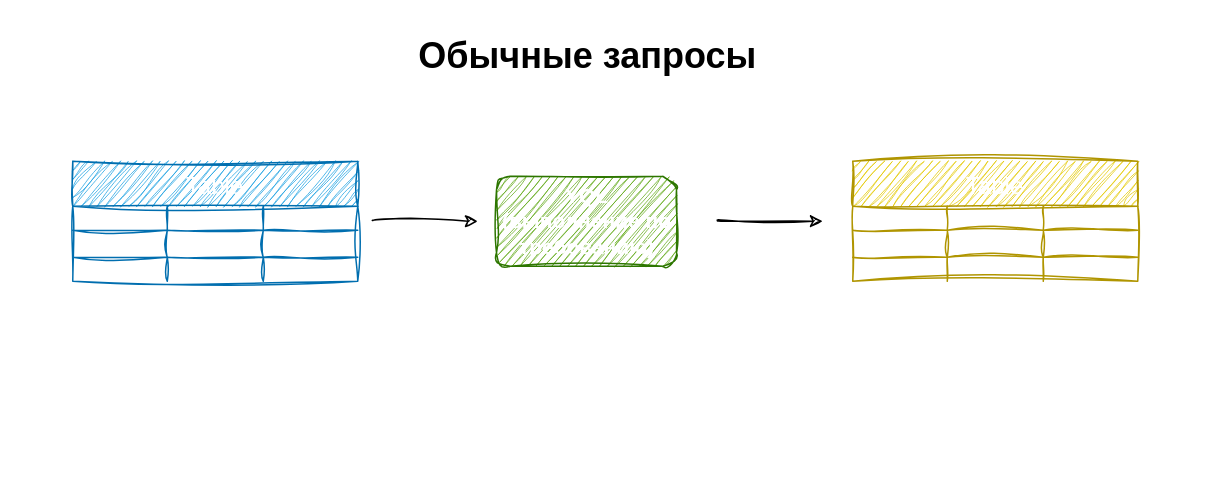
The draw.io diagram ydb/docs/ru/core/concepts/_assets/streaming_queries_1.drawio in ydb-platform/ydb, before the edit. Source tidied: cells renumbered, new cells numbered last; positions are measured from the earlier drawing's top-left corner, leaving out a move shared by most shapes. Both pictures are drawn from the tidied source at 150%, with x=0, y=0 at pixel (72, 26).
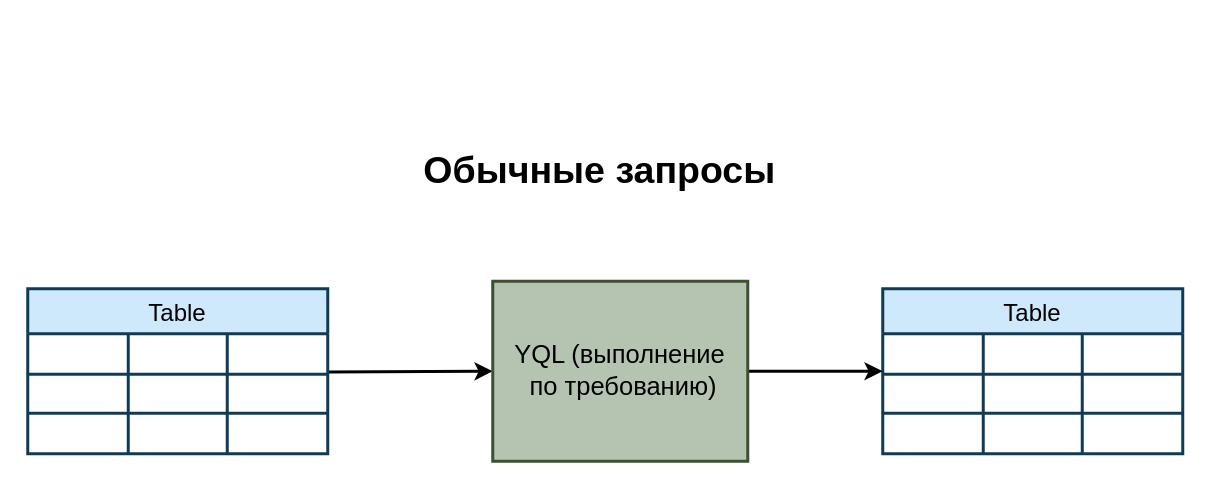
After the change.

Commit message (it also covers changes not shown here):
add link and change diagrams

The edit, as a diff of the source:
```diff
@@
+    <mxCell id="32" value="Table" style="shape=table;startSize=30;childLayout=tableLayout;strokeColor=#0F3B57;fontSize=16;fillColor=#9FD3F980;fontColor=#000000;strokeWidth=2;" parent="1" vertex="1">
+      <mxGeometry x="540" y="175" width="200" height="110" as="geometry" />
+    </mxCell>
+    <mxCell id="33" style="shape=tableRow;horizontal=0;startSize=0;swimlaneHead=0;swimlaneBody=0;strokeColor=inherit;top=0;left=0;bottom=0;right=0;fillColor=none;fontSize=16;" parent="32" vertex="1">
+      <mxGeometry y="30" width="200" height="27" as="geometry" />
+    </mxCell>
+    <mxCell id="34" style="shape=partialRectangle;html=1;whiteSpace=wrap;strokeColor=inherit;overflow=hidden;fillColor=none;top=0;left=0;bottom=0;right=0;fontSize=16;" parent="33" vertex="1">
+      <mxGeometry width="67" height="27" as="geometry" />
+    </mxCell>
+    <mxCell id="35" style="shape=partialRectangle;html=1;whiteSpace=wrap;strokeColor=inherit;overflow=hidden;fillColor=none;top=0;left=0;bottom=0;right=0;fontSize=16;" parent="33" vertex="1">
+      <mxGeometry x="67" width="66" height="27" as="geometry" />
+    </mxCell>
+    <mxCell id="36" style="shape=partialRectangle;html=1;whiteSpace=wrap;strokeColor=inherit;overflow=hidden;fillColor=none;top=0;left=0;bottom=0;right=0;fontSize=16;" parent="33" vertex="1">
+      <mxGeometry x="133" width="67" height="27" as="geometry" />
+    </mxCell>
+    <mxCell id="37" style="shape=tableRow;horizontal=0;startSize=0;swimlaneHead=0;swimlaneBody=0;strokeColor=inherit;top=0;left=0;bottom=0;right=0;fillColor=none;fontSize=16;" parent="32" vertex="1">
+      <mxGeometry y="57" width="200" height="26" as="geometry" />
+    </mxCell>
+    <mxCell id="38" style="shape=partialRectangle;html=1;whiteSpace=wrap;strokeColor=inherit;overflow=hidden;fillColor=none;top=0;left=0;bottom=0;right=0;fontSize=16;" parent="37" vertex="1">
+      <mxGeometry width="67" height="26" as="geometry" />
+    </mxCell>
+    <mxCell id="39" style="shape=partialRectangle;html=1;whiteSpace=wrap;strokeColor=inherit;overflow=hidden;fillColor=none;top=0;left=0;bottom=0;right=0;fontSize=16;" parent="37" vertex="1">
+      <mxGeometry x="67" width="66" height="26" as="geometry" />
+    </mxCell>
+    <mxCell id="40" style="shape=partialRectangle;html=1;whiteSpace=wrap;strokeColor=inherit;overflow=hidden;fillColor=none;top=0;left=0;bottom=0;right=0;fontSize=16;" parent="37" vertex="1">
+      <mxGeometry x="133" width="67" height="26" as="geometry" />
+    </mxCell>
+    <mxCell id="41" style="shape=tableRow;horizontal=0;startSize=0;swimlaneHead=0;swimlaneBody=0;strokeColor=inherit;top=0;left=0;bottom=0;right=0;fillColor=none;fontSize=16;" parent="32" vertex="1">
+      <mxGeometry y="83" width="200" height="27" as="geometry" />
+    </mxCell>
+    <mxCell id="42" style="shape=partialRectangle;html=1;whiteSpace=wrap;strokeColor=inherit;overflow=hidden;fillColor=none;top=0;left=0;bottom=0;right=0;fontSize=16;" parent="41" vertex="1">
+      <mxGeometry width="67" height="27" as="geometry" />
+    </mxCell>
+    <mxCell id="43" style="shape=partialRectangle;html=1;whiteSpace=wrap;strokeColor=inherit;overflow=hidden;fillColor=none;top=0;left=0;bottom=0;right=0;fontSize=16;" parent="41" vertex="1">
+      <mxGeometry x="67" width="66" height="27" as="geometry" />
+    </mxCell>
+    <mxCell id="44" style="shape=partialRectangle;html=1;whiteSpace=wrap;strokeColor=inherit;overflow=hidden;fillColor=none;top=0;left=0;bottom=0;right=0;fontSize=16;" parent="41" vertex="1">
+      <mxGeometry x="133" width="67" height="27" as="geometry" />
+    </mxCell>
+    <mxCell id="45" style="endArrow=classic;html=1;rounded=0;strokeWidth=2;strokeColor=#000000;exitX=1;exitY=-0.06;exitDx=0;exitDy=0;exitPerimeter=0;entryX=0;entryY=0.5;entryDx=0;entryDy=0;" parent="1" edge="1" source="52" target="17">
+      <mxGeometry relative="1" as="geometry" />
+    </mxCell>
+    <mxCell id="46" style="endArrow=classic;html=1;rounded=0;strokeWidth=2;strokeColor=#000000;exitX=1;exitY=0.5;exitDx=0;exitDy=0;" parent="1" edge="1" source="17">
+      <mxGeometry relative="1" as="geometry">
+        <mxPoint x="540" y="230" as="targetPoint" />
+      </mxGeometry>
+    </mxCell>
+    <mxCell id="17" value="&lt;font style=&quot;font-size: 17px; color: rgb(0, 0, 0);&quot;&gt;YQL (выполнение&lt;/font&gt;&lt;div&gt;&lt;font style=&quot;font-size: 17px; color: rgb(0, 0, 0);&quot;&gt;&amp;nbsp;по требованию)&lt;/font&gt;&lt;/div&gt;" style="rounded=0;whiteSpace=wrap;html=1;fillColor=#6D876480;strokeWidth=2;strokeColor=#3B5230;" parent="1" vertex="1">
+      <mxGeometry x="280" y="170" width="170" height="120" as="geometry" />
+    </mxCell>
-    <mxCell id="2" value="Обычные запросы" style="text;strokeColor=none;fillColor=none;html=1;fontSize=24;fontStyle=1;verticalAlign=middle;align=center;" parent="1" vertex="1">
-      <mxGeometry x="230" width="225" height="40" as="geometry" />
+    <mxCell id="2" value="&lt;font style=&quot;font-size: 25px; color: rgb(0, 0, 0);&quot;&gt;&lt;b&gt;Обычные запросы&amp;nbsp;&lt;/b&gt;&lt;/font&gt;" style="text;html=1;whiteSpace=wrap;strokeColor=none;fillColor=none;align=center;verticalAlign=middle;rounded=0;" parent="1" vertex="1">
+      <mxGeometry x="220" y="75" width="270" height="40" as="geometry" />
     </mxCell>
-    <mxCell id="3" value="Table" style="shape=table;startSize=30;childLayout=tableLayout;strokeColor=#006EAF;fontSize=16;fillColor=#1ba1e2;fontColor=#ffffff;swimlaneFillColor=none;sketch=1;curveFitting=1;jiggle=2;" parent="1" vertex="1">
-      <mxGeometry y="90" width="190" height="80" as="geometry" />
-    </mxCell>
-    <mxCell id="4" style="shape=tableRow;horizontal=0;startSize=0;swimlaneHead=0;swimlaneBody=0;strokeColor=inherit;top=0;left=0;bottom=0;right=0;fillColor=none;fontSize=16;" parent="3" vertex="1">
-      <mxGeometry y="30" width="190" height="16" as="geometry" />
-    </mxCell>
-    <mxCell id="5" style="shape=partialRectangle;html=1;whiteSpace=wrap;strokeColor=inherit;overflow=hidden;fillColor=none;top=0;left=0;bottom=0;right=0;fontSize=16;" parent="4" vertex="1">
-      <mxGeometry width="63" height="16" as="geometry" />
-    </mxCell>
-    <mxCell id="6" style="shape=partialRectangle;html=1;whiteSpace=wrap;strokeColor=inherit;overflow=hidden;fillColor=none;top=0;left=0;bottom=0;right=0;fontSize=16;" parent="4" vertex="1">
-      <mxGeometry x="63" width="64" height="16" as="geometry" />
-    </mxCell>
-    <mxCell id="7" style="shape=partialRectangle;html=1;whiteSpace=wrap;strokeColor=inherit;overflow=hidden;fillColor=none;top=0;left=0;bottom=0;right=0;fontSize=16;" parent="4" vertex="1">
-      <mxGeometry x="127" width="63" height="16" as="geometry" />
-    </mxCell>
-    <mxCell id="8" style="shape=tableRow;horizontal=0;startSize=0;swimlaneHead=0;swimlaneBody=0;strokeColor=inherit;top=0;left=0;bottom=0;right=0;fillColor=none;fontSize=16;" parent="3" vertex="1">
-      <mxGeometry y="46" width="190" height="18" as="geometry" />
-    </mxCell>
-    <mxCell id="9" style="shape=partialRectangle;html=1;whiteSpace=wrap;strokeColor=inherit;overflow=hidden;fillColor=none;top=0;left=0;bottom=0;right=0;fontSize=16;" parent="8" vertex="1">
-      <mxGeometry width="63" height="18" as="geometry" />
-    </mxCell>
-    <mxCell id="10" style="shape=partialRectangle;html=1;whiteSpace=wrap;strokeColor=inherit;overflow=hidden;fillColor=none;top=0;left=0;bottom=0;right=0;fontSize=16;" parent="8" vertex="1">
-      <mxGeometry x="63" width="64" height="18" as="geometry" />
-    </mxCell>
-    <mxCell id="11" style="shape=partialRectangle;html=1;whiteSpace=wrap;strokeColor=inherit;overflow=hidden;fillColor=none;top=0;left=0;bottom=0;right=0;fontSize=16;" parent="8" vertex="1">
-      <mxGeometry x="127" width="63" height="18" as="geometry" />
-    </mxCell>
-    <mxCell id="12" style="shape=tableRow;horizontal=0;startSize=0;swimlaneHead=0;swimlaneBody=0;strokeColor=inherit;top=0;left=0;bottom=0;right=0;fillColor=none;fontSize=16;" parent="3" vertex="1">
-      <mxGeometry y="64" width="190" height="16" as="geometry" />
-    </mxCell>
-    <mxCell id="13" style="shape=partialRectangle;html=1;whiteSpace=wrap;strokeColor=inherit;overflow=hidden;fillColor=none;top=0;left=0;bottom=0;right=0;fontSize=16;" parent="12" vertex="1">
-      <mxGeometry width="63" height="16" as="geometry" />
-    </mxCell>
-    <mxCell id="14" style="shape=partialRectangle;html=1;whiteSpace=wrap;strokeColor=inherit;overflow=hidden;fillColor=none;top=0;left=0;bottom=0;right=0;fontSize=16;" parent="12" vertex="1">
-      <mxGeometry x="63" width="64" height="16" as="geometry" />
-    </mxCell>
-    <mxCell id="15" style="shape=partialRectangle;html=1;whiteSpace=wrap;strokeColor=inherit;overflow=hidden;fillColor=none;top=0;left=0;bottom=0;right=0;fontSize=16;" parent="12" vertex="1">
-      <mxGeometry x="127" width="63" height="16" as="geometry" />
-    </mxCell>
-    <mxCell id="16" style="endArrow=classic;html=1;rounded=0;curved=1;sketch=1;curveFitting=1;jiggle=2;" parent="1" edge="1">
-      <mxGeometry relative="1" as="geometry">
-        <mxPoint x="200" y="129.5" as="sourcePoint" />
-        <mxPoint x="270" y="130" as="targetPoint" />
-      </mxGeometry>
-    </mxCell>
-    <mxCell id="17" value="&lt;font style=&quot;font-size: 14px;&quot;&gt;&lt;b style=&quot;&quot;&gt;YQL&lt;/b&gt;&lt;/font&gt;&lt;div&gt;&lt;font style=&quot;font-size: 14px;&quot;&gt;&lt;b style=&quot;&quot;&gt;(выполнение по требованию)&lt;/b&gt;&lt;/font&gt;&lt;/div&gt;" style="rounded=1;whiteSpace=wrap;html=1;fillColor=#60a917;sketch=1;curveFitting=1;jiggle=2;fontColor=#ffffff;strokeColor=#2D7600;" parent="1" vertex="1">
-      <mxGeometry x="282.5" y="100" width="120" height="60" as="geometry" />
-    </mxCell>
-    <mxCell id="18" style="endArrow=classic;html=1;rounded=0;curved=1;sketch=1;curveFitting=1;jiggle=2;" parent="1" edge="1">
-      <mxGeometry relative="1" as="geometry">
-        <mxPoint x="430" y="129.5" as="sourcePoint" />
-        <mxPoint x="500" y="130" as="targetPoint" />
-      </mxGeometry>
-    </mxCell>
-    <mxCell id="19" value="Table" style="shape=table;startSize=30;childLayout=tableLayout;strokeColor=#B09500;fontSize=16;fillColor=#e3c800;swimlaneFillColor=none;sketch=1;curveFitting=1;jiggle=2;fontColor=#FFFFFF;" parent="1" vertex="1">
-      <mxGeometry x="520" y="90" width="190" height="80" as="geometry" />
-    </mxCell>
-    <mxCell id="20" style="shape=tableRow;horizontal=0;startSize=0;swimlaneHead=0;swimlaneBody=0;strokeColor=inherit;top=0;left=0;bottom=0;right=0;fillColor=none;fontSize=16;" parent="19" vertex="1">
-      <mxGeometry y="30" width="190" height="16" as="geometry" />
-    </mxCell>
-    <mxCell id="21" style="shape=partialRectangle;html=1;whiteSpace=wrap;strokeColor=inherit;overflow=hidden;fillColor=none;top=0;left=0;bottom=0;right=0;fontSize=16;" parent="20" vertex="1">
-      <mxGeometry width="63" height="16" as="geometry" />
-    </mxCell>
-    <mxCell id="22" style="shape=partialRectangle;html=1;whiteSpace=wrap;strokeColor=inherit;overflow=hidden;fillColor=none;top=0;left=0;bottom=0;right=0;fontSize=16;" parent="20" vertex="1">
-      <mxGeometry x="63" width="64" height="16" as="geometry" />
-    </mxCell>
-    <mxCell id="23" style="shape=partialRectangle;html=1;whiteSpace=wrap;strokeColor=inherit;overflow=hidden;fillColor=none;top=0;left=0;bottom=0;right=0;fontSize=16;" parent="20" vertex="1">
-      <mxGeometry x="127" width="63" height="16" as="geometry" />
-    </mxCell>
-    <mxCell id="24" style="shape=tableRow;horizontal=0;startSize=0;swimlaneHead=0;swimlaneBody=0;strokeColor=inherit;top=0;left=0;bottom=0;right=0;fillColor=none;fontSize=16;" parent="19" vertex="1">
-      <mxGeometry y="46" width="190" height="18" as="geometry" />
-    </mxCell>
-    <mxCell id="25" style="shape=partialRectangle;html=1;whiteSpace=wrap;strokeColor=inherit;overflow=hidden;fillColor=none;top=0;left=0;bottom=0;right=0;fontSize=16;" parent="24" vertex="1">
-      <mxGeometry width="63" height="18" as="geometry" />
-    </mxCell>
-    <mxCell id="26" style="shape=partialRectangle;html=1;whiteSpace=wrap;strokeColor=inherit;overflow=hidden;fillColor=none;top=0;left=0;bottom=0;right=0;fontSize=16;" parent="24" vertex="1">
-      <mxGeometry x="63" width="64" height="18" as="geometry" />
-    </mxCell>
-    <mxCell id="27" style="shape=partialRectangle;html=1;whiteSpace=wrap;strokeColor=inherit;overflow=hidden;fillColor=none;top=0;left=0;bottom=0;right=0;fontSize=16;" parent="24" vertex="1">
-      <mxGeometry x="127" width="63" height="18" as="geometry" />
-    </mxCell>
-    <mxCell id="28" style="shape=tableRow;horizontal=0;startSize=0;swimlaneHead=0;swimlaneBody=0;strokeColor=inherit;top=0;left=0;bottom=0;right=0;fillColor=none;fontSize=16;" parent="19" vertex="1">
-      <mxGeometry y="64" width="190" height="16" as="geometry" />
-    </mxCell>
-    <mxCell id="29" style="shape=partialRectangle;html=1;whiteSpace=wrap;strokeColor=inherit;overflow=hidden;fillColor=none;top=0;left=0;bottom=0;right=0;fontSize=16;" parent="28" vertex="1">
-      <mxGeometry width="63" height="16" as="geometry" />
-    </mxCell>
-    <mxCell id="30" style="shape=partialRectangle;html=1;whiteSpace=wrap;strokeColor=inherit;overflow=hidden;fillColor=none;top=0;left=0;bottom=0;right=0;fontSize=16;" parent="28" vertex="1">
-      <mxGeometry x="63" width="64" height="16" as="geometry" />
-    </mxCell>
-    <mxCell id="31" style="shape=partialRectangle;html=1;whiteSpace=wrap;strokeColor=inherit;overflow=hidden;fillColor=none;top=0;left=0;bottom=0;right=0;fontSize=16;" parent="28" vertex="1">
-      <mxGeometry x="127" width="63" height="16" as="geometry" />
-    </mxCell>
+    <mxCell id="47" value="Table" style="shape=table;startSize=30;childLayout=tableLayout;strokeColor=#0F3B57;fontSize=16;fillColor=#9FD3F980;fontColor=#000000;strokeWidth=2;" parent="1" vertex="1">
+      <mxGeometry x="-30" y="175" width="200" height="110" as="geometry" />
+    </mxCell>
+    <mxCell id="48" style="shape=tableRow;horizontal=0;startSize=0;swimlaneHead=0;swimlaneBody=0;strokeColor=inherit;top=0;left=0;bottom=0;right=0;fillColor=none;fontSize=16;" parent="47" vertex="1">
+      <mxGeometry y="30" width="200" height="27" as="geometry" />
+    </mxCell>
+    <mxCell id="49" style="shape=partialRectangle;html=1;whiteSpace=wrap;strokeColor=inherit;overflow=hidden;fillColor=none;top=0;left=0;bottom=0;right=0;fontSize=16;" parent="48" vertex="1">
+      <mxGeometry width="67" height="27" as="geometry" />
+    </mxCell>
+    <mxCell id="50" style="shape=partialRectangle;html=1;whiteSpace=wrap;strokeColor=inherit;overflow=hidden;fillColor=none;top=0;left=0;bottom=0;right=0;fontSize=16;" parent="48" vertex="1">
+      <mxGeometry x="67" width="66" height="27" as="geometry" />
+    </mxCell>
+    <mxCell id="51" style="shape=partialRectangle;html=1;whiteSpace=wrap;strokeColor=inherit;overflow=hidden;fillColor=none;top=0;left=0;bottom=0;right=0;fontSize=16;" parent="48" vertex="1">
+      <mxGeometry x="133" width="67" height="27" as="geometry" />
+    </mxCell>
+    <mxCell id="52" style="shape=tableRow;horizontal=0;startSize=0;swimlaneHead=0;swimlaneBody=0;strokeColor=inherit;top=0;left=0;bottom=0;right=0;fillColor=none;points=[[0,0.5],[1,0.5]];portConstraint=eastwest;fontSize=16;" parent="47" vertex="1">
+      <mxGeometry y="57" width="200" height="26" as="geometry" />
+    </mxCell>
+    <mxCell id="53" style="shape=partialRectangle;html=1;whiteSpace=wrap;strokeColor=inherit;overflow=hidden;fillColor=none;top=0;left=0;bottom=0;right=0;fontSize=16;" parent="52" vertex="1">
+      <mxGeometry width="67" height="26" as="geometry" />
+    </mxCell>
+    <mxCell id="54" style="shape=partialRectangle;html=1;whiteSpace=wrap;strokeColor=inherit;overflow=hidden;fillColor=none;top=0;left=0;bottom=0;right=0;fontSize=16;" parent="52" vertex="1">
+      <mxGeometry x="67" width="66" height="26" as="geometry" />
+    </mxCell>
+    <mxCell id="55" style="shape=partialRectangle;html=1;whiteSpace=wrap;strokeColor=inherit;overflow=hidden;fillColor=none;top=0;left=0;bottom=0;right=0;fontSize=16;" parent="52" vertex="1">
+      <mxGeometry x="133" width="67" height="26" as="geometry" />
+    </mxCell>
+    <mxCell id="56" style="shape=tableRow;horizontal=0;startSize=0;swimlaneHead=0;swimlaneBody=0;strokeColor=inherit;top=0;left=0;bottom=0;right=0;fillColor=none;fontSize=16;" parent="47" vertex="1">
+      <mxGeometry y="83" width="200" height="27" as="geometry" />
+    </mxCell>
+    <mxCell id="57" style="shape=partialRectangle;html=1;whiteSpace=wrap;strokeColor=inherit;overflow=hidden;fillColor=none;top=0;left=0;bottom=0;right=0;fontSize=16;" parent="56" vertex="1">
+      <mxGeometry width="67" height="27" as="geometry" />
+    </mxCell>
+    <mxCell id="58" style="shape=partialRectangle;html=1;whiteSpace=wrap;strokeColor=inherit;overflow=hidden;fillColor=none;top=0;left=0;bottom=0;right=0;fontSize=16;" parent="56" vertex="1">
+      <mxGeometry x="67" width="66" height="27" as="geometry" />
+    </mxCell>
+    <mxCell id="59" style="shape=partialRectangle;html=1;whiteSpace=wrap;strokeColor=inherit;overflow=hidden;fillColor=none;top=0;left=0;bottom=0;right=0;fontSize=16;" parent="56" vertex="1">
+      <mxGeometry x="133" width="67" height="27" as="geometry" />
+    </mxCell>
```
